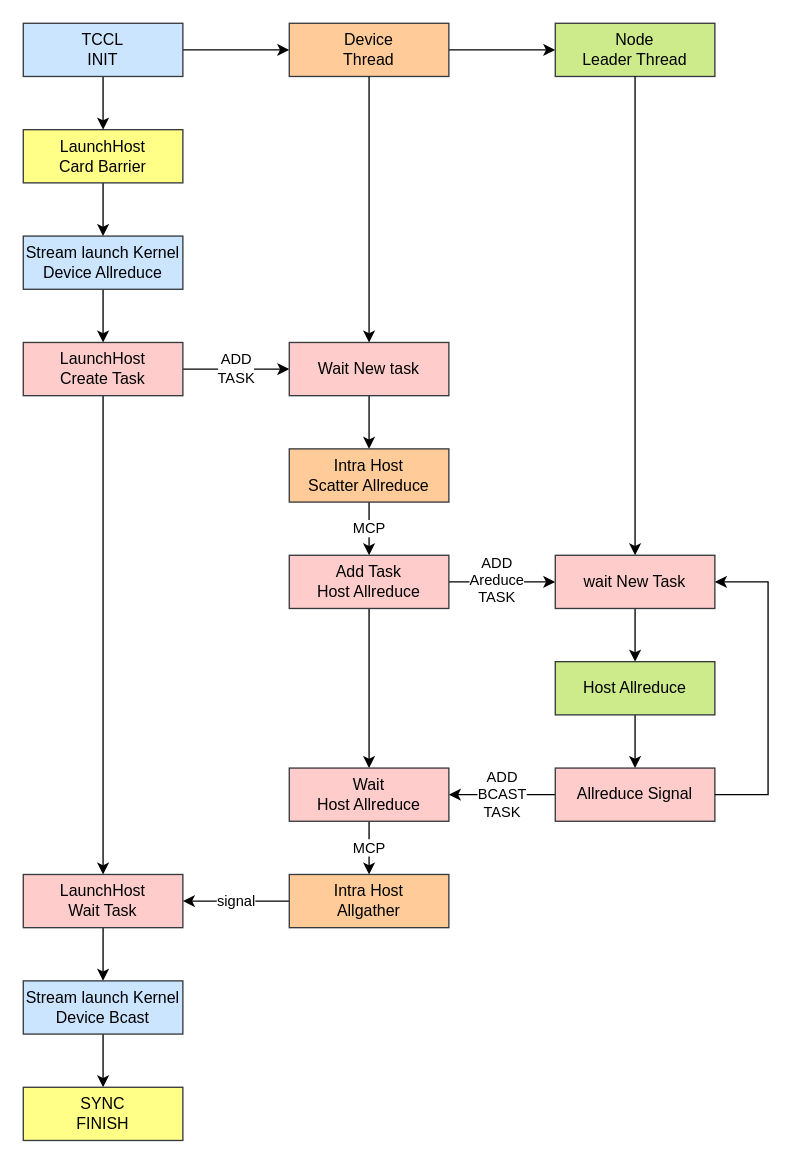
Earlier version of the draw.io diagram tcclworkflow.drawio (BEYHHH/SBLP). Source tidied: cells renumbered, new cells numbered last; positions are measured from the earlier drawing's top-left corner, leaving out a move shared by most shapes. Both pictures are drawn from the tidied source at 133%, with x=0, y=0 at pixel (23, 23).
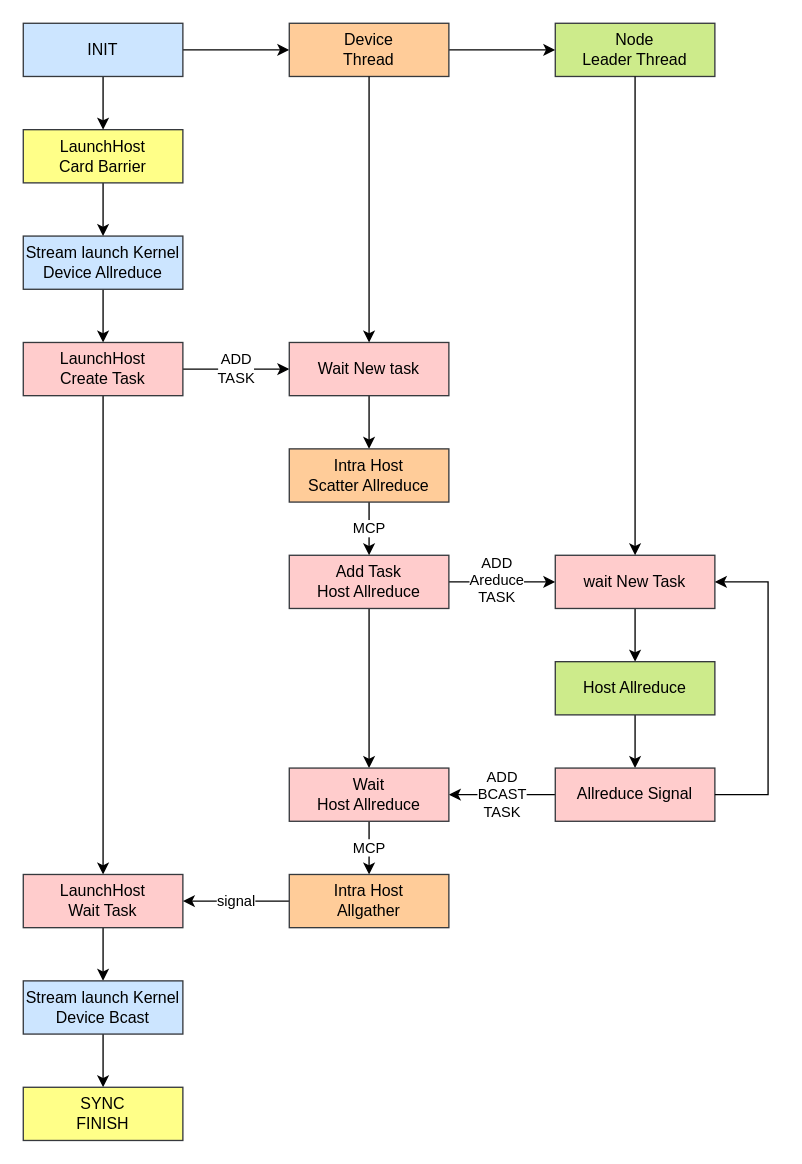
The same page after the edit.

Change to the diagram source:
```diff
@@
-    <mxCell id="19" value="TCCL&lt;br&gt;INIT" style="rounded=0;whiteSpace=wrap;html=1;fillColor=#cce5ff;strokeColor=#36393d;" parent="1" vertex="1">
+    <mxCell id="19" value="INIT" style="rounded=0;whiteSpace=wrap;html=1;fillColor=#cce5ff;strokeColor=#36393d;" parent="1" vertex="1">
       <mxGeometry width="120" height="40" as="geometry" />
     </mxCell>
```
